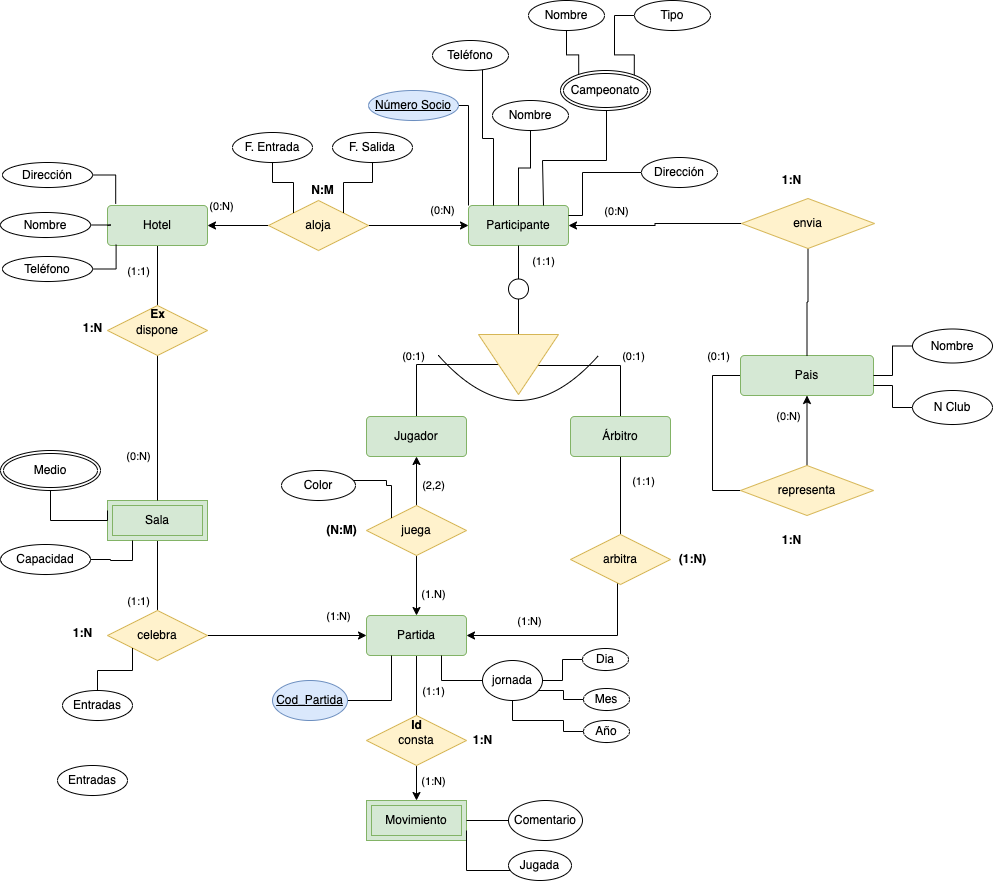
The draw.io diagram ER/tareas/tarea9/img/ajedrez-paso-2.drawio.png in MoisesALH/base-datos, before a commit. Source tidied: cells renumbered, new cells last; positions are measured from the earlier drawing's top-left corner, leaving out a move shared by most shapes.
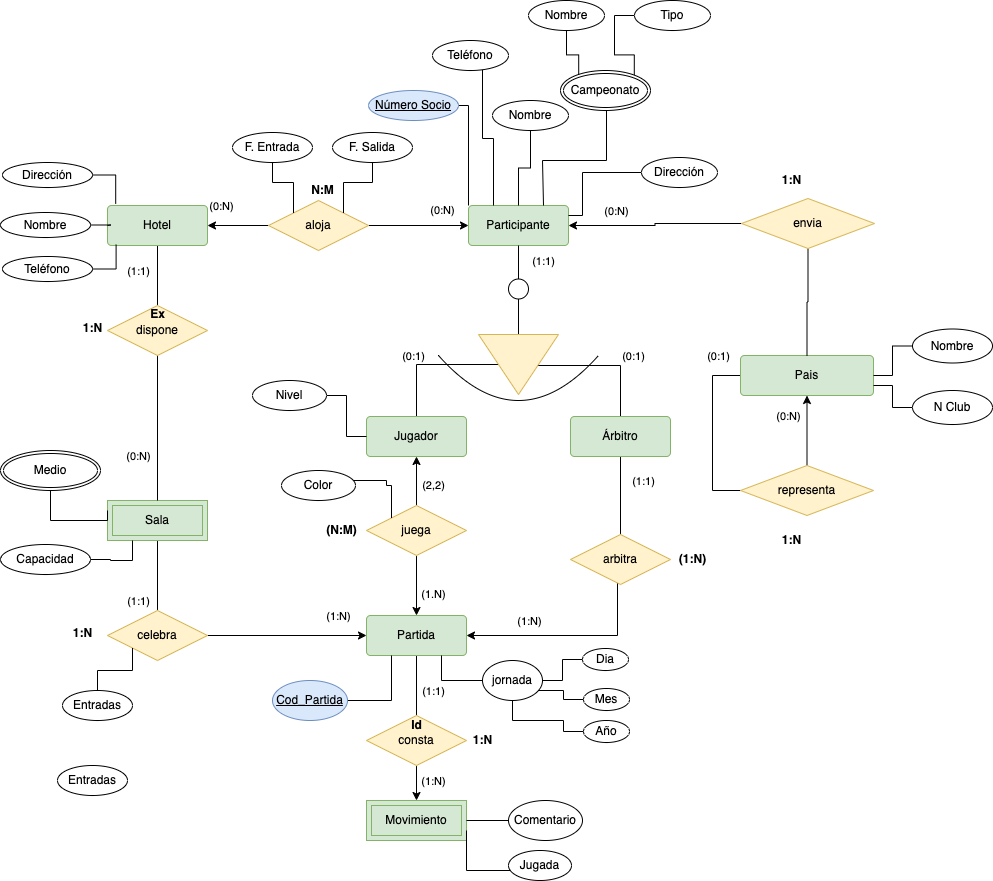
Later version of the same file.

Commit message:
Se actualiza el paso 2 ajedrez-paso-2.drawio.png

Diff of the diagram source:
```diff
@@ -465,5 +465,11 @@
     <mxCell id="118" value="Jugada" style="ellipse;whiteSpace=wrap;html=1;align=center;strokeColor=default;" parent="1" vertex="1">
       <mxGeometry x="508" y="850" width="63" height="30" as="geometry" />
     </mxCell>
+    <mxCell id="119" style="edgeStyle=orthogonalEdgeStyle;rounded=0;jettySize=auto;html=1;entryX=0;entryY=0.5;entryDx=0;entryDy=0;endArrow=none;endFill=0;" parent="1" edge="1" source="120" target="38">
+      <mxGeometry relative="1" as="geometry" />
+    </mxCell>
+    <mxCell id="120" value="Nivel" style="ellipse;whiteSpace=wrap;html=1;align=center;strokeColor=default;" parent="1" vertex="1">
+      <mxGeometry x="252" y="380" width="74" height="30" as="geometry" />
+    </mxCell>
   </root>
 </mxGraphModel>
```
